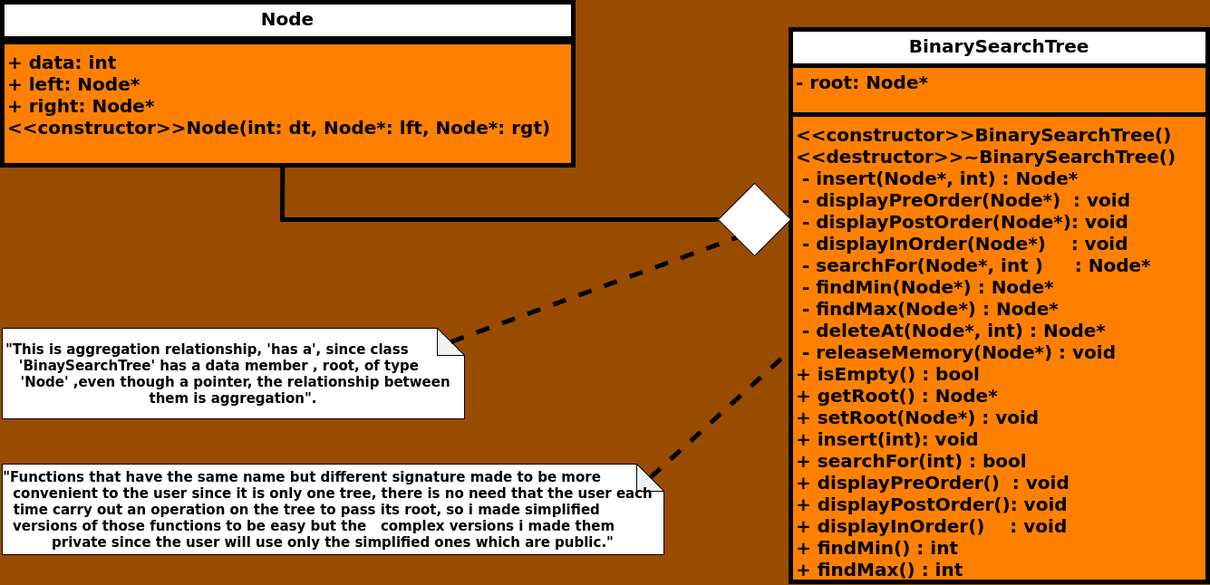
Above: DataStructures/BinarySearchTree/class-diagram.png in Alsayed-Aldkhakhni/CPP (draw.io), before the change. Source tidied: cells renumbered, new cells last; positions are measured from the earlier drawing's top-left corner, leaving out a move shared by most shapes. Its diagram source:
```xml
<mxGraphModel background="#994C00">
  <root>
    <mxCell id="0" />
    <mxCell id="1" parent="0" />
    <mxCell id="2" value="&lt;font style=&quot;font-size: 20px;&quot;&gt;Node&lt;/font&gt;" style="swimlane;fontStyle=1;align=center;verticalAlign=top;horizontal=1;startSize=40;whiteSpace=wrap;html=1;swimlaneFillColor=#FF8000;strokeWidth=5;" parent="1" vertex="1">
      <mxGeometry width="630" height="180" as="geometry" />
    </mxCell>
    <mxCell id="3" style="line;strokeWidth=5;fillColor=none;align=left;verticalAlign=middle;spacingTop=-1;spacingLeft=3;spacingRight=3;labelPosition=right;strokeColor=inherit;" parent="2" vertex="1">
      <mxGeometry y="40" width="630" height="8" as="geometry" />
    </mxCell>
    <mxCell id="4" value="&lt;div&gt;&lt;b style=&quot;font-size: 20px; background-color: initial;&quot;&gt;+ data: int&lt;/b&gt;&lt;br&gt;&lt;/div&gt;&lt;div&gt;&lt;div&gt;&lt;span style=&quot;font-size: 20px;&quot;&gt;&lt;b&gt;+ left: Node*&lt;/b&gt;&lt;/span&gt;&lt;/div&gt;&lt;div&gt;&lt;span style=&quot;font-size: 20px;&quot;&gt;&lt;b&gt;+ right: Node*&lt;/b&gt;&lt;/span&gt;&lt;/div&gt;&lt;/div&gt;&lt;div&gt;&lt;div&gt;&lt;b style=&quot;font-size: 20px;&quot;&gt;&amp;lt;&amp;lt;constructor&amp;gt;&amp;gt;&lt;/b&gt;&lt;span style=&quot;font-size: 20px; font-weight: 700; text-align: center;&quot;&gt;Node&lt;/span&gt;&lt;b style=&quot;font-size: 20px;&quot;&gt;(int: dt, Node*: lft, Node*: rgt)&lt;/b&gt;&lt;/div&gt;&lt;/div&gt;&lt;div&gt;&lt;b style=&quot;font-size: 20px;&quot;&gt;&lt;br&gt;&lt;/b&gt;&lt;/div&gt;" style="text;strokeColor=none;fillColor=none;align=left;verticalAlign=top;spacingLeft=4;spacingRight=4;overflow=hidden;points=[[0,0.5],[1,0.5]];portConstraint=eastwest;whiteSpace=wrap;html=1;" parent="2" vertex="1">
      <mxGeometry y="48" width="630" height="132" as="geometry" />
    </mxCell>
    <mxCell id="5" value="&lt;font style=&quot;font-size: 20px;&quot;&gt;BinarySearchTree&lt;/font&gt;" style="swimlane;fontStyle=1;align=center;verticalAlign=top;horizontal=1;startSize=40;whiteSpace=wrap;html=1;swimlaneFillColor=#FF8000;strokeWidth=5;" parent="1" vertex="1">
      <mxGeometry x="870" y="30" width="460" height="610" as="geometry" />
    </mxCell>
    <mxCell id="6" value="&lt;span style=&quot;font-size: 20px;&quot;&gt;&lt;b&gt;- root: Node*&lt;/b&gt;&lt;/span&gt;" style="text;strokeColor=none;fillColor=none;align=left;verticalAlign=top;spacingLeft=4;spacingRight=4;overflow=hidden;whiteSpace=wrap;html=1;" parent="5" vertex="1">
      <mxGeometry y="40" width="460" height="50" as="geometry" />
    </mxCell>
    <mxCell id="7" style="line;strokeWidth=5;fillColor=none;align=left;verticalAlign=middle;spacingTop=-1;spacingLeft=3;spacingRight=3;labelPosition=right;strokeColor=inherit;" parent="5" vertex="1">
      <mxGeometry y="90" width="460" height="8" as="geometry" />
    </mxCell>
    <mxCell id="8" value="&lt;div&gt;&lt;b style=&quot;font-size: 20px;&quot;&gt;&amp;lt;&amp;lt;constructor&amp;gt;&amp;gt;&lt;/b&gt;&lt;span style=&quot;font-size: 20px; font-weight: 700; text-align: center;&quot;&gt;BinarySearchTree&lt;/span&gt;&lt;b style=&quot;font-size: 20px;&quot;&gt;()&lt;/b&gt;&lt;/div&gt;&lt;div&gt;&lt;b style=&quot;font-size: 20px;&quot;&gt;&amp;lt;&amp;lt;destructor&amp;gt;&amp;gt;~BinarySearchTree()&lt;/b&gt;&lt;/div&gt;&lt;div&gt;&lt;span style=&quot;font-size: 20px;&quot;&gt;&lt;b&gt;&amp;nbsp;- insert(Node*, int) : Node*&lt;/b&gt;&lt;/span&gt;&lt;/div&gt;&lt;div&gt;&lt;span style=&quot;font-size: 20px;&quot;&gt;&lt;b&gt;&amp;nbsp;- displayPreOrder(Node*)&amp;nbsp; : void&lt;/b&gt;&lt;/span&gt;&lt;/div&gt;&lt;div&gt;&lt;b style=&quot;font-size: 20px;&quot;&gt;&amp;nbsp;- displayPostOrder(Node*): void&lt;/b&gt;&lt;span style=&quot;font-size: 20px;&quot;&gt;&lt;b&gt;&lt;br&gt;&lt;/b&gt;&lt;/span&gt;&lt;/div&gt;&lt;div&gt;&lt;b style=&quot;font-size: 20px;&quot;&gt;&amp;nbsp;- displayInOrder(Node*)&amp;nbsp; &amp;nbsp; : void&lt;/b&gt;&lt;b style=&quot;font-size: 20px;&quot;&gt;&lt;br&gt;&lt;/b&gt;&lt;/div&gt;&lt;div&gt;&lt;b style=&quot;font-size: 20px;&quot;&gt;&amp;nbsp;- searchFor(Node*, int )&amp;nbsp; &amp;nbsp; &amp;nbsp;: Node*&lt;/b&gt;&lt;/div&gt;&lt;div&gt;&lt;b style=&quot;font-size: 20px;&quot;&gt;&amp;nbsp;- findMin(Node*) : Node*&lt;/b&gt;&lt;/div&gt;&lt;div&gt;&lt;b style=&quot;font-size: 20px;&quot;&gt;&amp;nbsp;- findMax(Node*) : Node*&lt;/b&gt;&lt;/div&gt;&lt;div&gt;&lt;b style=&quot;font-size: 20px;&quot;&gt;&amp;nbsp;- deleteAt(Node*, int) : Node*&lt;/b&gt;&lt;/div&gt;&lt;div&gt;&lt;b style=&quot;font-size: 20px;&quot;&gt;&amp;nbsp;- releaseMemory(Node*) : void&lt;/b&gt;&lt;/div&gt;&lt;div&gt;&lt;b style=&quot;font-size: 20px;&quot;&gt;+ isEmpty() : bool&lt;/b&gt;&lt;/div&gt;&lt;div&gt;&lt;div&gt;&lt;b style=&quot;font-size: 20px;&quot;&gt;+ getRoot() : Node*&lt;/b&gt;&lt;/div&gt;&lt;div&gt;&lt;b style=&quot;font-size: 20px;&quot;&gt;+ setRoot(Node*) : void&lt;/b&gt;&lt;/div&gt;&lt;/div&gt;&lt;div&gt;&lt;b style=&quot;font-size: 20px;&quot;&gt;+ insert(int): void&lt;/b&gt;&lt;/div&gt;&lt;div&gt;&lt;b style=&quot;font-size: 20px;&quot;&gt;+ searchFor(int) : bool&lt;/b&gt;&lt;/div&gt;&lt;div&gt;&lt;div&gt;&lt;span style=&quot;font-size: 20px;&quot;&gt;&lt;b&gt;+ displayPreOrder()&amp;nbsp; : void&lt;/b&gt;&lt;/span&gt;&lt;/div&gt;&lt;div&gt;&lt;b style=&quot;font-size: 20px;&quot;&gt;+ displayPostOrder(): void&lt;/b&gt;&lt;span style=&quot;font-size: 20px;&quot;&gt;&lt;b&gt;&lt;br&gt;&lt;/b&gt;&lt;/span&gt;&lt;/div&gt;&lt;div&gt;&lt;b style=&quot;font-size: 20px;&quot;&gt;+ displayInOrder()&amp;nbsp; &amp;nbsp; : void&lt;/b&gt;&lt;/div&gt;&lt;/div&gt;&lt;div style=&quot;font-size: 20px;&quot;&gt;&lt;b&gt;&lt;font style=&quot;font-size: 20px;&quot;&gt;+ findMin() : int&lt;/font&gt;&lt;/b&gt;&lt;/div&gt;&lt;div style=&quot;font-size: 20px;&quot;&gt;&lt;b&gt;&lt;font style=&quot;font-size: 20px;&quot;&gt;+ findMax() : int&lt;/font&gt;&lt;/b&gt;&lt;/div&gt;" style="text;strokeColor=none;fillColor=none;align=left;verticalAlign=top;spacingLeft=4;spacingRight=4;overflow=hidden;points=[[0,0.5],[1,0.5]];portConstraint=eastwest;whiteSpace=wrap;html=1;" parent="5" vertex="1">
      <mxGeometry y="98" width="460" height="512" as="geometry" />
    </mxCell>
    <mxCell id="9" style="rhombus;whiteSpace=wrap;html=1;" parent="1" vertex="1">
      <mxGeometry x="790" y="200" width="80" height="80" as="geometry" />
    </mxCell>
    <mxCell id="10" style="endArrow=none;html=1;rounded=0;entryX=0.491;entryY=0.995;entryDx=0;entryDy=0;entryPerimeter=0;exitX=0;exitY=0.5;exitDx=0;exitDy=0;strokeWidth=5;" parent="1" edge="1" source="9" target="4">
      <mxGeometry relative="1" as="geometry">
        <Array as="points">
          <mxPoint x="309" y="240" />
        </Array>
      </mxGeometry>
    </mxCell>
    <mxCell id="11" value="&lt;b&gt;&lt;font style=&quot;font-size: 15px;&quot;&gt;&quot;Functions that have the same name but different signature made to be more&amp;nbsp; &amp;nbsp; &amp;nbsp; &amp;nbsp; &amp;nbsp; &amp;nbsp; &amp;nbsp; convenient to the user since it is only one tree, there is no need that the user each time carry out an operation on the tree to pass its root, so i made simplified&amp;nbsp; &amp;nbsp; &amp;nbsp; &amp;nbsp; &amp;nbsp; &amp;nbsp; &amp;nbsp;versions of those functions to be easy but the&amp;nbsp; &amp;nbsp;complex versions i made them&amp;nbsp; &amp;nbsp; &amp;nbsp; &amp;nbsp; &amp;nbsp; private since the user will use only the simplified ones which are public.&quot;&lt;/font&gt;&lt;/b&gt;" style="shape=note;whiteSpace=wrap;html=1;backgroundOutline=1;darkOpacity=0.05;align=center;" parent="1" vertex="1">
      <mxGeometry y="510" width="730" height="100" as="geometry" />
    </mxCell>
    <mxCell id="12" style="endArrow=none;dashed=1;html=1;rounded=0;strokeWidth=5;entryX=0;entryY=0.5;entryDx=0;entryDy=0;exitX=0;exitY=0;exitDx=715;exitDy=15;exitPerimeter=0;" parent="1" edge="1" source="11" target="8">
      <mxGeometry relative="1" as="geometry" />
    </mxCell>
    <mxCell id="13" value="&lt;font style=&quot;font-size: 15px;&quot;&gt;&lt;b&gt;&quot;This is aggregation relationship, 'has a', since class&amp;nbsp; &amp;nbsp; &amp;nbsp; &amp;nbsp; &amp;nbsp; &amp;nbsp; &amp;nbsp; &amp;nbsp;'BinaySearchTree' has a data member , root, of type&amp;nbsp; &amp;nbsp; &amp;nbsp; &amp;nbsp; &amp;nbsp; &amp;nbsp;'Node' ,even though a pointer, the relationship between them is aggregation&quot;.&lt;/b&gt;&lt;/font&gt;" style="shape=note;whiteSpace=wrap;html=1;backgroundOutline=1;darkOpacity=0.05;" parent="1" vertex="1">
      <mxGeometry y="360" width="510" height="100" as="geometry" />
    </mxCell>
    <mxCell id="14" style="endArrow=none;dashed=1;html=1;rounded=0;entryX=0;entryY=1;entryDx=0;entryDy=0;exitX=0;exitY=0;exitDx=495;exitDy=15;exitPerimeter=0;strokeWidth=5;" parent="1" edge="1" source="13" target="9">
      <mxGeometry relative="1" as="geometry" />
    </mxCell>
  </root>
</mxGraphModel>
```
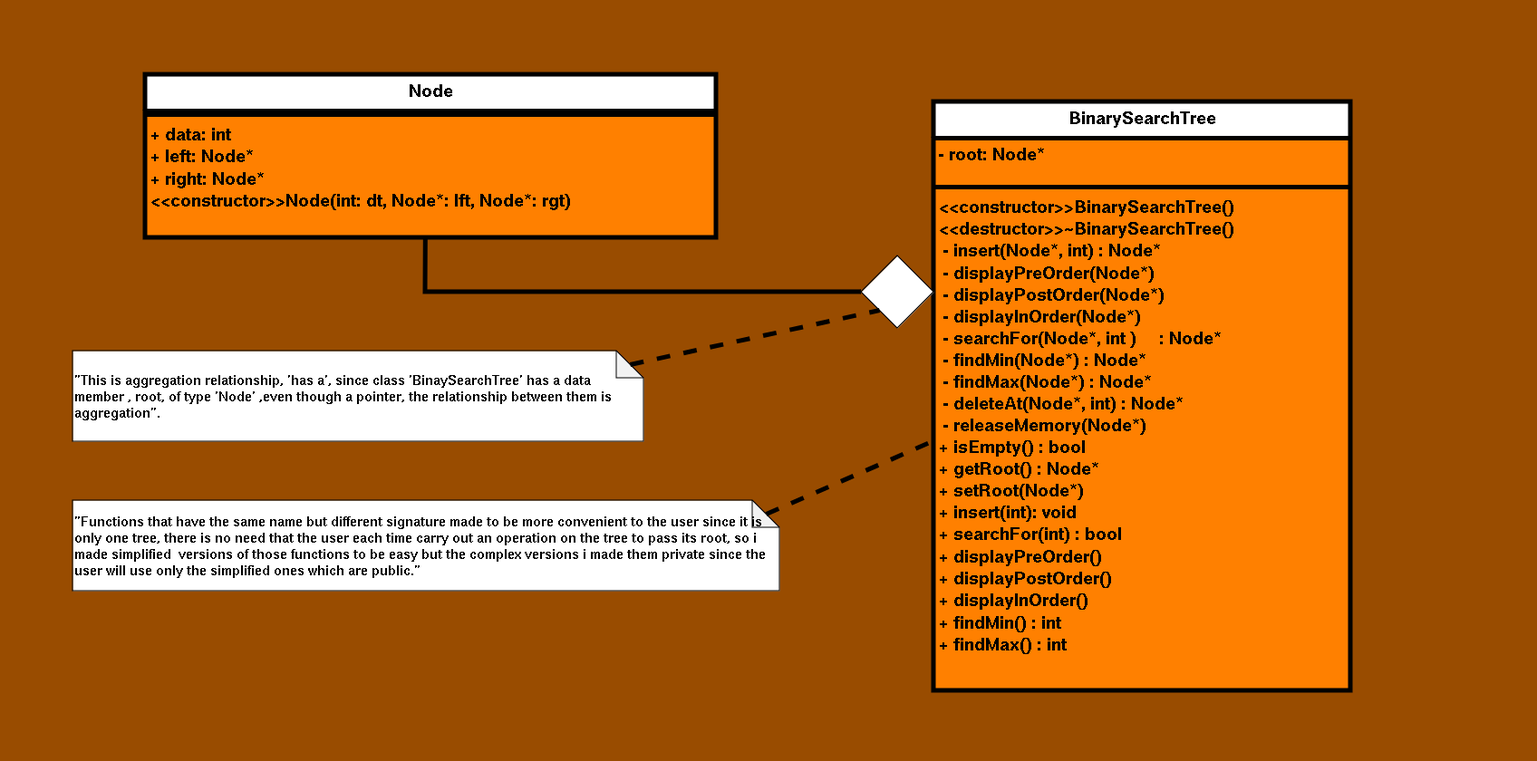
Later version of the same file.

Commit message:
Tree UML class diagram.

Diff of the diagram source:
```diff
@@ -12,7 +12,7 @@
       <mxGeometry y="48" width="630" height="132" as="geometry" />
     </mxCell>
     <mxCell id="5" value="&lt;font style=&quot;font-size: 20px;&quot;&gt;BinarySearchTree&lt;/font&gt;" style="swimlane;fontStyle=1;align=center;verticalAlign=top;horizontal=1;startSize=40;whiteSpace=wrap;html=1;swimlaneFillColor=#FF8000;strokeWidth=5;" parent="1" vertex="1">
-      <mxGeometry x="870" y="30" width="460" height="610" as="geometry" />
+      <mxGeometry x="870" y="30" width="460" height="650" as="geometry" />
     </mxCell>
     <mxCell id="6" value="&lt;span style=&quot;font-size: 20px;&quot;&gt;&lt;b&gt;- root: Node*&lt;/b&gt;&lt;/span&gt;" style="text;strokeColor=none;fillColor=none;align=left;verticalAlign=top;spacingLeft=4;spacingRight=4;overflow=hidden;whiteSpace=wrap;html=1;" parent="5" vertex="1">
       <mxGeometry y="40" width="460" height="50" as="geometry" />
@@ -20,8 +20,8 @@
     <mxCell id="7" style="line;strokeWidth=5;fillColor=none;align=left;verticalAlign=middle;spacingTop=-1;spacingLeft=3;spacingRight=3;labelPosition=right;strokeColor=inherit;" parent="5" vertex="1">
       <mxGeometry y="90" width="460" height="8" as="geometry" />
     </mxCell>
-    <mxCell id="8" value="&lt;div&gt;&lt;b style=&quot;font-size: 20px;&quot;&gt;&amp;lt;&amp;lt;constructor&amp;gt;&amp;gt;&lt;/b&gt;&lt;span style=&quot;font-size: 20px; font-weight: 700; text-align: center;&quot;&gt;BinarySearchTree&lt;/span&gt;&lt;b style=&quot;font-size: 20px;&quot;&gt;()&lt;/b&gt;&lt;/div&gt;&lt;div&gt;&lt;b style=&quot;font-size: 20px;&quot;&gt;&amp;lt;&amp;lt;destructor&amp;gt;&amp;gt;~BinarySearchTree()&lt;/b&gt;&lt;/div&gt;&lt;div&gt;&lt;span style=&quot;font-size: 20px;&quot;&gt;&lt;b&gt;&amp;nbsp;- insert(Node*, int) : Node*&lt;/b&gt;&lt;/span&gt;&lt;/div&gt;&lt;div&gt;&lt;span style=&quot;font-size: 20px;&quot;&gt;&lt;b&gt;&amp;nbsp;- displayPreOrder(Node*)&amp;nbsp; : void&lt;/b&gt;&lt;/span&gt;&lt;/div&gt;&lt;div&gt;&lt;b style=&quot;font-size: 20px;&quot;&gt;&amp;nbsp;- displayPostOrder(Node*): void&lt;/b&gt;&lt;span style=&quot;font-size: 20px;&quot;&gt;&lt;b&gt;&lt;br&gt;&lt;/b&gt;&lt;/span&gt;&lt;/div&gt;&lt;div&gt;&lt;b style=&quot;font-size: 20px;&quot;&gt;&amp;nbsp;- displayInOrder(Node*)&amp;nbsp; &amp;nbsp; : void&lt;/b&gt;&lt;b style=&quot;font-size: 20px;&quot;&gt;&lt;br&gt;&lt;/b&gt;&lt;/div&gt;&lt;div&gt;&lt;b style=&quot;font-size: 20px;&quot;&gt;&amp;nbsp;- searchFor(Node*, int )&amp;nbsp; &amp;nbsp; &amp;nbsp;: Node*&lt;/b&gt;&lt;/div&gt;&lt;div&gt;&lt;b style=&quot;font-size: 20px;&quot;&gt;&amp;nbsp;- findMin(Node*) : Node*&lt;/b&gt;&lt;/div&gt;&lt;div&gt;&lt;b style=&quot;font-size: 20px;&quot;&gt;&amp;nbsp;- findMax(Node*) : Node*&lt;/b&gt;&lt;/div&gt;&lt;div&gt;&lt;b style=&quot;font-size: 20px;&quot;&gt;&amp;nbsp;- deleteAt(Node*, int) : Node*&lt;/b&gt;&lt;/div&gt;&lt;div&gt;&lt;b style=&quot;font-size: 20px;&quot;&gt;&amp;nbsp;- releaseMemory(Node*) : void&lt;/b&gt;&lt;/div&gt;&lt;div&gt;&lt;b style=&quot;font-size: 20px;&quot;&gt;+ isEmpty() : bool&lt;/b&gt;&lt;/div&gt;&lt;div&gt;&lt;div&gt;&lt;b style=&quot;font-size: 20px;&quot;&gt;+ getRoot() : Node*&lt;/b&gt;&lt;/div&gt;&lt;div&gt;&lt;b style=&quot;font-size: 20px;&quot;&gt;+ setRoot(Node*) : void&lt;/b&gt;&lt;/div&gt;&lt;/div&gt;&lt;div&gt;&lt;b style=&quot;font-size: 20px;&quot;&gt;+ insert(int): void&lt;/b&gt;&lt;/div&gt;&lt;div&gt;&lt;b style=&quot;font-size: 20px;&quot;&gt;+ searchFor(int) : bool&lt;/b&gt;&lt;/div&gt;&lt;div&gt;&lt;div&gt;&lt;span style=&quot;font-size: 20px;&quot;&gt;&lt;b&gt;+ displayPreOrder()&amp;nbsp; : void&lt;/b&gt;&lt;/span&gt;&lt;/div&gt;&lt;div&gt;&lt;b style=&quot;font-size: 20px;&quot;&gt;+ displayPostOrder(): void&lt;/b&gt;&lt;span style=&quot;font-size: 20px;&quot;&gt;&lt;b&gt;&lt;br&gt;&lt;/b&gt;&lt;/span&gt;&lt;/div&gt;&lt;div&gt;&lt;b style=&quot;font-size: 20px;&quot;&gt;+ displayInOrder()&amp;nbsp; &amp;nbsp; : void&lt;/b&gt;&lt;/div&gt;&lt;/div&gt;&lt;div style=&quot;font-size: 20px;&quot;&gt;&lt;b&gt;&lt;font style=&quot;font-size: 20px;&quot;&gt;+ findMin() : int&lt;/font&gt;&lt;/b&gt;&lt;/div&gt;&lt;div style=&quot;font-size: 20px;&quot;&gt;&lt;b&gt;&lt;font style=&quot;font-size: 20px;&quot;&gt;+ findMax() : int&lt;/font&gt;&lt;/b&gt;&lt;/div&gt;" style="text;strokeColor=none;fillColor=none;align=left;verticalAlign=top;spacingLeft=4;spacingRight=4;overflow=hidden;points=[[0,0.5],[1,0.5]];portConstraint=eastwest;whiteSpace=wrap;html=1;" parent="5" vertex="1">
-      <mxGeometry y="98" width="460" height="512" as="geometry" />
+    <mxCell id="8" value="&lt;div&gt;&lt;b style=&quot;font-size: 20px;&quot;&gt;&amp;lt;&amp;lt;constructor&amp;gt;&amp;gt;&lt;/b&gt;&lt;span style=&quot;font-size: 20px; font-weight: 700; text-align: center;&quot;&gt;BinarySearchTree&lt;/span&gt;&lt;b style=&quot;font-size: 20px;&quot;&gt;()&lt;/b&gt;&lt;/div&gt;&lt;div&gt;&lt;b style=&quot;font-size: 20px;&quot;&gt;&amp;lt;&amp;lt;destructor&amp;gt;&amp;gt;~BinarySearchTree()&lt;/b&gt;&lt;/div&gt;&lt;div&gt;&lt;span style=&quot;font-size: 20px;&quot;&gt;&lt;b&gt;&amp;nbsp;- insert(Node*, int) : Node*&lt;/b&gt;&lt;/span&gt;&lt;/div&gt;&lt;div&gt;&lt;span style=&quot;font-size: 20px;&quot;&gt;&lt;b&gt;&amp;nbsp;- displayPreOrder(Node*)&lt;br&gt;&lt;/b&gt;&lt;/span&gt;&lt;/div&gt;&lt;div&gt;&lt;b style=&quot;font-size: 20px;&quot;&gt;&amp;nbsp;- displayPostOrder(Node*)&lt;/b&gt;&lt;span style=&quot;font-size: 20px;&quot;&gt;&lt;b&gt;&lt;br&gt;&lt;/b&gt;&lt;/span&gt;&lt;/div&gt;&lt;div&gt;&lt;b style=&quot;font-size: 20px;&quot;&gt;&amp;nbsp;- displayInOrder(Node*) &lt;/b&gt;&lt;b style=&quot;font-size: 20px;&quot;&gt;&lt;br&gt;&lt;/b&gt;&lt;/div&gt;&lt;div&gt;&lt;b style=&quot;font-size: 20px;&quot;&gt;&amp;nbsp;- searchFor(Node*, int )&amp;nbsp; &amp;nbsp; &amp;nbsp;: Node*&lt;/b&gt;&lt;/div&gt;&lt;div&gt;&lt;b style=&quot;font-size: 20px;&quot;&gt;&amp;nbsp;- findMin(Node*) : Node*&lt;/b&gt;&lt;/div&gt;&lt;div&gt;&lt;b style=&quot;font-size: 20px;&quot;&gt;&amp;nbsp;- findMax(Node*) : Node*&lt;/b&gt;&lt;/div&gt;&lt;div&gt;&lt;b style=&quot;font-size: 20px;&quot;&gt;&amp;nbsp;- deleteAt(Node*, int) : Node*&lt;/b&gt;&lt;/div&gt;&lt;div&gt;&lt;b style=&quot;font-size: 20px;&quot;&gt;&amp;nbsp;- releaseMemory(Node*)&lt;br&gt;&lt;/b&gt;&lt;/div&gt;&lt;div&gt;&lt;b style=&quot;font-size: 20px;&quot;&gt;+ isEmpty() : bool&lt;/b&gt;&lt;/div&gt;&lt;div&gt;&lt;div&gt;&lt;b style=&quot;font-size: 20px;&quot;&gt;+ getRoot() : Node*&lt;/b&gt;&lt;/div&gt;&lt;div&gt;&lt;b style=&quot;font-size: 20px;&quot;&gt;+ setRoot(Node*)&lt;br&gt;&lt;/b&gt;&lt;/div&gt;&lt;/div&gt;&lt;div&gt;&lt;b style=&quot;font-size: 20px;&quot;&gt;+ insert(int): void&lt;/b&gt;&lt;/div&gt;&lt;div&gt;&lt;b style=&quot;font-size: 20px;&quot;&gt;+ searchFor(int) : bool&lt;/b&gt;&lt;/div&gt;&lt;div&gt;&lt;div&gt;&lt;span style=&quot;font-size: 20px;&quot;&gt;&lt;b&gt;+ displayPreOrder() &lt;br&gt;&lt;/b&gt;&lt;/span&gt;&lt;/div&gt;&lt;div&gt;&lt;b style=&quot;font-size: 20px;&quot;&gt;+ displayPostOrder()&lt;/b&gt;&lt;span style=&quot;font-size: 20px;&quot;&gt;&lt;b&gt;&lt;br&gt;&lt;/b&gt;&lt;/span&gt;&lt;/div&gt;&lt;div&gt;&lt;b style=&quot;font-size: 20px;&quot;&gt;+ displayInOrder() &lt;br&gt;&lt;/b&gt;&lt;/div&gt;&lt;/div&gt;&lt;div style=&quot;font-size: 20px;&quot;&gt;&lt;b&gt;&lt;font style=&quot;font-size: 20px;&quot;&gt;+ findMin() : int&lt;/font&gt;&lt;/b&gt;&lt;/div&gt;&lt;div style=&quot;font-size: 20px;&quot;&gt;&lt;b&gt;&lt;font style=&quot;font-size: 20px;&quot;&gt;+ findMax() : int&lt;/font&gt;&lt;/b&gt;&lt;/div&gt;" style="text;strokeColor=none;fillColor=none;align=left;verticalAlign=top;spacingLeft=4;spacingRight=4;overflow=hidden;points=[[0,0.5],[1,0.5]];portConstraint=eastwest;whiteSpace=wrap;html=1;" parent="5" vertex="1">
+      <mxGeometry y="98" width="460" height="552" as="geometry" />
     </mxCell>
     <mxCell id="9" style="rhombus;whiteSpace=wrap;html=1;" parent="1" vertex="1">
       <mxGeometry x="790" y="200" width="80" height="80" as="geometry" />
@@ -33,17 +33,29 @@
         </Array>
       </mxGeometry>
     </mxCell>
-    <mxCell id="11" value="&lt;b&gt;&lt;font style=&quot;font-size: 15px;&quot;&gt;&quot;Functions that have the same name but different signature made to be more&amp;nbsp; &amp;nbsp; &amp;nbsp; &amp;nbsp; &amp;nbsp; &amp;nbsp; &amp;nbsp; convenient to the user since it is only one tree, there is no need that the user each time carry out an operation on the tree to pass its root, so i made simplified&amp;nbsp; &amp;nbsp; &amp;nbsp; &amp;nbsp; &amp;nbsp; &amp;nbsp; &amp;nbsp;versions of those functions to be easy but the&amp;nbsp; &amp;nbsp;complex versions i made them&amp;nbsp; &amp;nbsp; &amp;nbsp; &amp;nbsp; &amp;nbsp; private since the user will use only the simplified ones which are public.&quot;&lt;/font&gt;&lt;/b&gt;" style="shape=note;whiteSpace=wrap;html=1;backgroundOutline=1;darkOpacity=0.05;align=center;" parent="1" vertex="1">
-      <mxGeometry y="510" width="730" height="100" as="geometry" />
+    <mxCell id="11" value="&lt;div align=&quot;left&quot;&gt;&lt;b&gt;&lt;font style=&quot;font-size: 15px;&quot;&gt;&quot;Functions that have the same name but different signature made to be more convenient to the user since it is only one tree, there is no need that the user each time carry out an operation on the tree to pass its root, so i made simplified&amp;nbsp; versions of those functions to be easy but the complex versions i made them private since the user will use only the simplified ones which are public.&quot;&lt;/font&gt;&lt;/b&gt;&lt;/div&gt;" style="shape=note;whiteSpace=wrap;html=1;backgroundOutline=1;darkOpacity=0.05;align=left;" parent="1" vertex="1">
+      <mxGeometry x="-80" y="470" width="780" height="100" as="geometry" />
     </mxCell>
-    <mxCell id="12" style="endArrow=none;dashed=1;html=1;rounded=0;strokeWidth=5;entryX=0;entryY=0.5;entryDx=0;entryDy=0;exitX=0;exitY=0;exitDx=715;exitDy=15;exitPerimeter=0;" parent="1" edge="1" source="11" target="8">
+    <mxCell id="12" style="endArrow=none;dashed=1;html=1;rounded=0;strokeWidth=5;entryX=0;entryY=0.5;entryDx=0;entryDy=0;exitX=0;exitY=0;exitDx=765;exitDy=15;exitPerimeter=0;" parent="1" edge="1" source="11" target="8">
       <mxGeometry relative="1" as="geometry" />
     </mxCell>
-    <mxCell id="13" value="&lt;font style=&quot;font-size: 15px;&quot;&gt;&lt;b&gt;&quot;This is aggregation relationship, 'has a', since class&amp;nbsp; &amp;nbsp; &amp;nbsp; &amp;nbsp; &amp;nbsp; &amp;nbsp; &amp;nbsp; &amp;nbsp;'BinaySearchTree' has a data member , root, of type&amp;nbsp; &amp;nbsp; &amp;nbsp; &amp;nbsp; &amp;nbsp; &amp;nbsp;'Node' ,even though a pointer, the relationship between them is aggregation&quot;.&lt;/b&gt;&lt;/font&gt;" style="shape=note;whiteSpace=wrap;html=1;backgroundOutline=1;darkOpacity=0.05;" parent="1" vertex="1">
-      <mxGeometry y="360" width="510" height="100" as="geometry" />
+    <mxCell id="13" value="&lt;div align=&quot;left&quot;&gt;&lt;font style=&quot;font-size: 15px;&quot;&gt;&lt;b&gt;&quot;This is aggregation relationship, 'has a', since class 'BinaySearchTree' has a data member , root, of type 'Node' ,even though a pointer, the relationship between them is aggregation&quot;.&lt;/b&gt;&lt;/font&gt;&lt;/div&gt;" style="shape=note;whiteSpace=wrap;html=1;backgroundOutline=1;darkOpacity=0.05;align=left;" parent="1" vertex="1">
+      <mxGeometry x="-80" y="305" width="630" height="100" as="geometry" />
     </mxCell>
-    <mxCell id="14" style="endArrow=none;dashed=1;html=1;rounded=0;entryX=0;entryY=1;entryDx=0;entryDy=0;exitX=0;exitY=0;exitDx=495;exitDy=15;exitPerimeter=0;strokeWidth=5;" parent="1" edge="1" source="13" target="9">
+    <mxCell id="14" style="endArrow=none;dashed=1;html=1;rounded=0;entryX=0;entryY=1;entryDx=0;entryDy=0;strokeWidth=5;exitX=0;exitY=0;exitDx=615;exitDy=15;exitPerimeter=0;" parent="1" edge="1" source="13" target="9">
       <mxGeometry relative="1" as="geometry" />
     </mxCell>
+    <mxCell id="15" value="&amp;nbsp;" style="text;html=1;align=center;verticalAlign=middle;strokeColor=none;fillColor=none;" parent="1" vertex="1">
+      <mxGeometry x="-160" y="304" width="30" height="30" as="geometry" />
+    </mxCell>
+    <mxCell id="16" value="&amp;nbsp;" style="text;html=1;align=center;verticalAlign=middle;strokeColor=none;fillColor=none;" parent="1" vertex="1">
+      <mxGeometry x="596" y="-82" width="30" height="30" as="geometry" />
+    </mxCell>
+    <mxCell id="17" value="&amp;nbsp;" style="text;html=1;align=center;verticalAlign=middle;strokeColor=none;fillColor=none;" parent="1" vertex="1">
+      <mxGeometry x="1506" y="208" width="30" height="30" as="geometry" />
+    </mxCell>
+    <mxCell id="18" value="&amp;nbsp;" style="text;html=1;align=center;verticalAlign=middle;strokeColor=none;fillColor=none;" parent="1" vertex="1">
+      <mxGeometry x="596" y="728" width="30" height="30" as="geometry" />
+    </mxCell>
   </root>
 </mxGraphModel>
```
